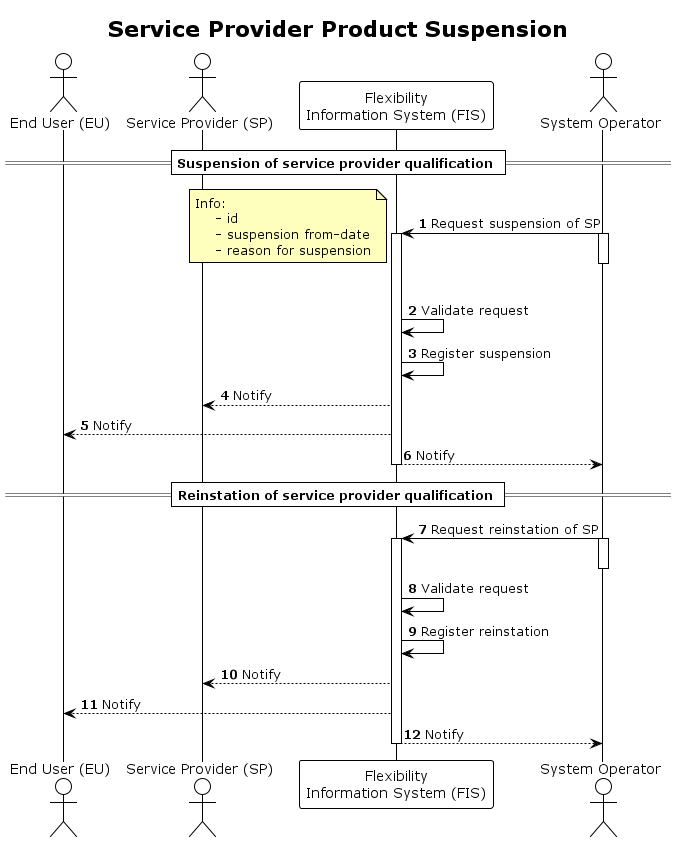
Earlier version of the PlantUML export docs/diagrams/service_provider_product_suspension.png (elhub/flex-information-system). The source it was exported from:
```plantuml
@startuml service_provider_product_suspension

!theme plain

title Service Provider Product Suspension

autonumber
skinparam note {
    BackgroundColor #FFFFBD
}

actor "End User (EU)" as EU
actor "Service Provider (SP)" as SP
participant "Flexibility\nInformation System (FIS)" as FIS
actor "System Operator" as SO

== Suspension of service provider qualification ==


SO -> FIS: Request suspension of SP
activate SO
deactivate SO

note left
    Info:
        - id
        - suspension from-date
        - reason for suspension
end note

activate FIS
FIS -> FIS: Validate request
FIS -> FIS: Register suspension

FIS --> SP: Notify
FIS --> EU: Notify
FIS --> SO: Notify
deactivate FIS

== Reinstation of service provider qualification ==
SO -> FIS: Request reinstation of SP
activate SO
deactivate SO

activate FIS
FIS -> FIS: Validate request
FIS -> FIS: Register reinstation

FIS --> SP: Notify
FIS --> EU: Notify
FIS --> SO: Notify
deactivate FIS








@enduml
```
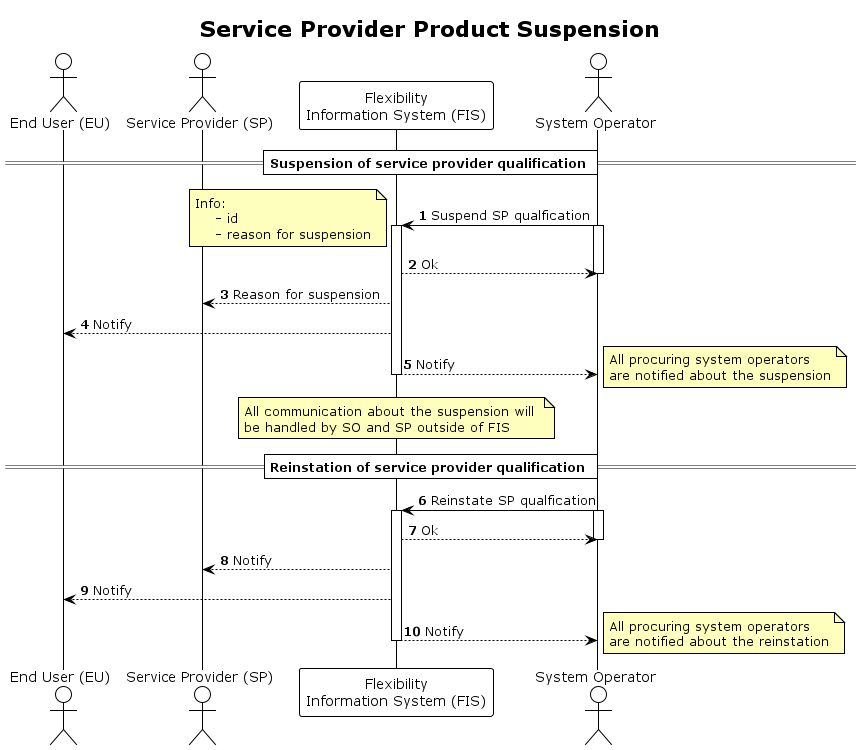
The same file after the commit.

What changed in the source:
```diff
@@ -17,38 +17,54 @@
 == Suspension of service provider qualification ==
 
 
-SO -> FIS: Request suspension of SP
+SO -> FIS: Suspend SP qualfication
 activate SO
-deactivate SO
+
 
 note left
     Info:
         - id
-        - suspension from-date
         - reason for suspension
 end note
 
 activate FIS
-FIS -> FIS: Validate request
-FIS -> FIS: Register suspension
 
+FIS --> SO: Ok
+deactivate SO
+FIS --> SP: Reason for suspension
+FIS --> EU: Notify
+FIS --> SO: Notify
+
+note right
+    All procuring system operators
+    are notified about the suspension
+end note
+
+deactivate FIS
+
+note over FIS
+    All communication about the suspension will
+    be handled by SO and SP outside of FIS
+end note
+
+== Reinstation of service provider qualification ==
+SO -> FIS: Reinstate SP qualfication
+activate SO
+
+
+activate FIS
+
+FIS --> SO: Ok
+deactivate SO
 FIS --> SP: Notify
 FIS --> EU: Notify
 FIS --> SO: Notify
-deactivate FIS
 
-== Reinstation of service provider qualification ==
-SO -> FIS: Request reinstation of SP
-activate SO
-deactivate SO
+note right
+    All procuring system operators
+    are notified about the reinstation
+end note
 
-activate FIS
-FIS -> FIS: Validate request
-FIS -> FIS: Register reinstation
-
-FIS --> SP: Notify
-FIS --> EU: Notify
-FIS --> SO: Notify
 deactivate FIS
 
 
```
